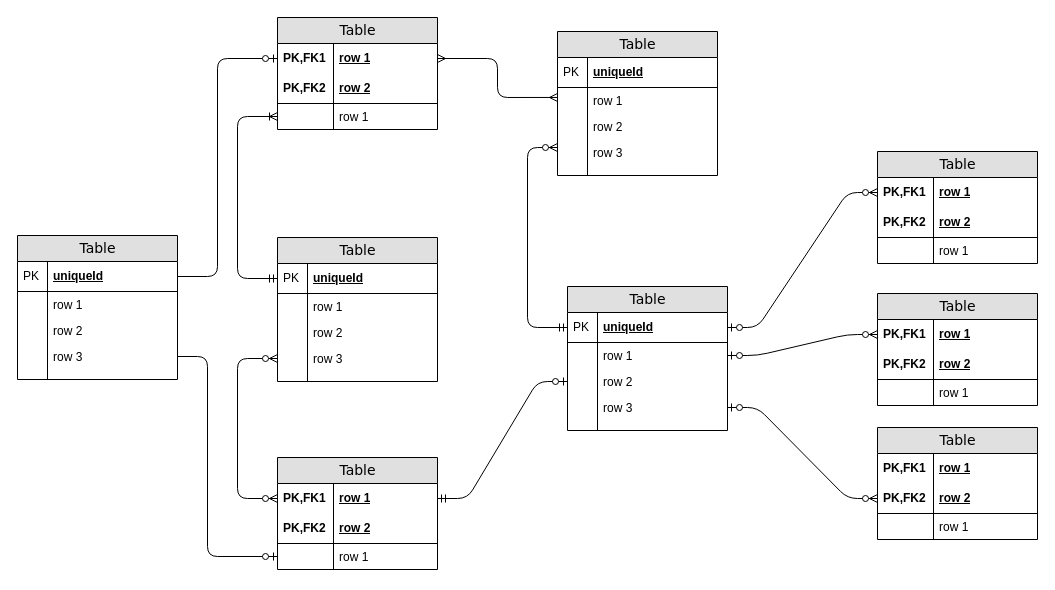
Before: rest.drawio in d3nming/trzbd, a draw.io diagram. Source tidied: cells renumbered, new cells numbered last; positions are measured from the earlier drawing's top-left corner, leaving out a move shared by most shapes. Both pictures are drawn from the tidied source at 100%, with x=0, y=0 at pixel (17, 17).
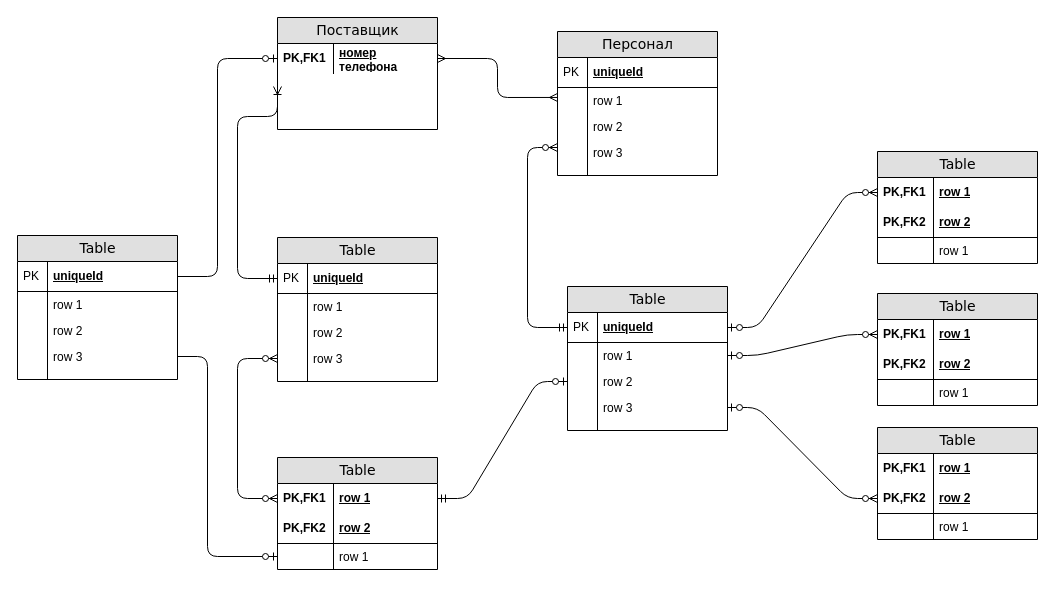
After the change.

Unchanged cells that the change refers to:
```xml
<mxCell id="21" value="uniqueId" style="shape=partialRectangle;top=0;left=0;right=0;bottom=1;html=1;align=left;verticalAlign=middle;fillColor=none;spacingLeft=34;spacingRight=4;whiteSpace=wrap;overflow=hidden;points=[[0,0.5],[1,0.5]];portConstraint=eastwest;fontStyle=5;" parent="20" vertex="1">
  <mxGeometry y="26" width="160" height="30" as="geometry" />
</mxCell>
```

Change to the diagram source:
```diff
@@
-    <mxCell id="2" value="Table" style="swimlane;html=1;fontStyle=0;horizontal=1;startSize=26;fillColor=#e0e0e0;swimlaneFillColor=#ffffff;align=center;rounded=0;shadow=0;comic=0;labelBackgroundColor=none;strokeWidth=1;fontFamily=Verdana;fontSize=14;" parent="1" vertex="1">
+    <mxCell id="2" value="Поставщик" style="swimlane;html=1;fontStyle=0;horizontal=1;startSize=26;fillColor=#e0e0e0;swimlaneFillColor=#ffffff;align=center;rounded=0;shadow=0;comic=0;labelBackgroundColor=none;strokeWidth=1;fontFamily=Verdana;fontSize=14;" parent="1" vertex="1">
       <mxGeometry x="260" width="160" height="112" as="geometry" />
     </mxCell>
-    <mxCell id="3" value="row 1" style="shape=partialRectangle;top=0;left=0;right=0;bottom=0;html=1;align=left;verticalAlign=middle;fillColor=none;spacingLeft=60;spacingRight=4;whiteSpace=wrap;overflow=hidden;points=[[0,0.5],[1,0.5]];portConstraint=eastwest;fontStyle=5;" parent="2" vertex="1">
+    <mxCell id="3" value="номер телефона" style="shape=partialRectangle;top=0;left=0;right=0;bottom=0;html=1;align=left;verticalAlign=middle;fillColor=none;spacingLeft=60;spacingRight=4;whiteSpace=wrap;overflow=hidden;points=[[0,0.5],[1,0.5]];portConstraint=eastwest;fontStyle=5;" parent="2" vertex="1">
       <mxGeometry y="26" width="160" height="30" as="geometry" />
     </mxCell>
@@
-    <mxCell id="5" value="row 2" style="shape=partialRectangle;top=0;left=0;right=0;bottom=1;html=1;align=left;verticalAlign=middle;fillColor=none;spacingLeft=60;spacingRight=4;whiteSpace=wrap;overflow=hidden;fontStyle=5;" parent="2" vertex="1">
-      <mxGeometry y="56" width="160" height="30" as="geometry" />
-    </mxCell>
-    <mxCell id="6" value="PK,FK2" style="shape=partialRectangle;fontStyle=1;top=0;left=0;bottom=0;html=1;fillColor=none;align=left;verticalAlign=middle;spacingLeft=4;spacingRight=4;whiteSpace=wrap;overflow=hidden;" parent="5" vertex="1">
-      <mxGeometry width="56" height="30" as="geometry" />
-    </mxCell>
-    <mxCell id="7" value="row 1" style="shape=partialRectangle;top=0;left=0;right=0;bottom=0;html=1;align=left;verticalAlign=top;fillColor=none;spacingLeft=60;spacingRight=4;whiteSpace=wrap;overflow=hidden;points=[[0,0.5],[1,0.5]];portConstraint=eastwest;" parent="2" vertex="1">
-      <mxGeometry y="86" width="160" height="26" as="geometry" />
-    </mxCell>
-    <mxCell id="8" style="shape=partialRectangle;top=0;left=0;bottom=0;html=1;fillColor=none;align=left;verticalAlign=top;spacingLeft=4;spacingRight=4;whiteSpace=wrap;overflow=hidden;" parent="7" vertex="1">
-      <mxGeometry width="56" height="26" as="geometry" />
-    </mxCell>
-    <mxCell id="9" value="Table" style="swimlane;html=1;fontStyle=0;horizontal=1;startSize=26;fillColor=#e0e0e0;swimlaneFillColor=#ffffff;align=center;rounded=0;shadow=0;comic=0;labelBackgroundColor=none;strokeWidth=1;fontFamily=Verdana;fontSize=14;swimlaneLine=1;" parent="1" vertex="1">
+    <mxCell id="9" value="Персонал" style="swimlane;html=1;fontStyle=0;horizontal=1;startSize=26;fillColor=#e0e0e0;swimlaneFillColor=#ffffff;align=center;rounded=0;shadow=0;comic=0;labelBackgroundColor=none;strokeWidth=1;fontFamily=Verdana;fontSize=14;swimlaneLine=1;" parent="1" vertex="1">
       <mxGeometry x="540" y="14" width="160" height="144" as="geometry" />
     </mxCell>
@@
-    <mxCell id="56" style="edgeStyle=orthogonalEdgeStyle;html=1;endArrow=ERoneToMany;startArrow=ERmandOne;labelBackgroundColor=none;fontFamily=Verdana;fontSize=14;entryX=0;entryY=0.5;exitX=0;exitY=0.5;" parent="1" edge="1" source="21" target="7">
+    <mxCell id="56" style="edgeStyle=orthogonalEdgeStyle;html=1;endArrow=ERoneToMany;startArrow=ERmandOne;labelBackgroundColor=none;fontFamily=Verdana;fontSize=14;entryX=0;entryY=0.5;exitX=0;exitY=0.5;" parent="1" edge="1" source="21">
       <mxGeometry relative="1" as="geometry">
+        <mxPoint x="260" y="69" as="targetPoint" />
         <Array as="points">
           <mxPoint x="220" y="261" />
           <mxPoint x="220" y="99" />
         </Array>
       </mxGeometry>
     </mxCell>
```
